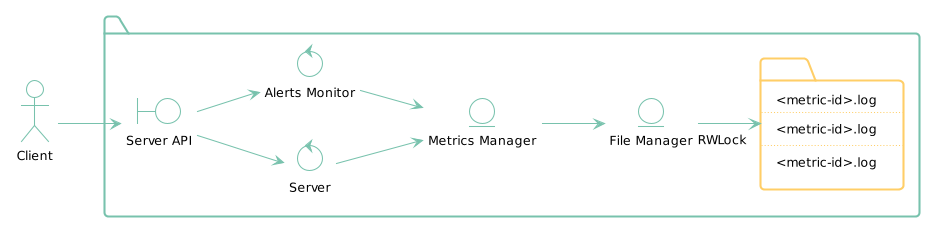
FdelMazo/7574-Distribuidos keeps this PlantUML diagram as TP1/informe/diagrams/robustness.png. Above is the earlier version.
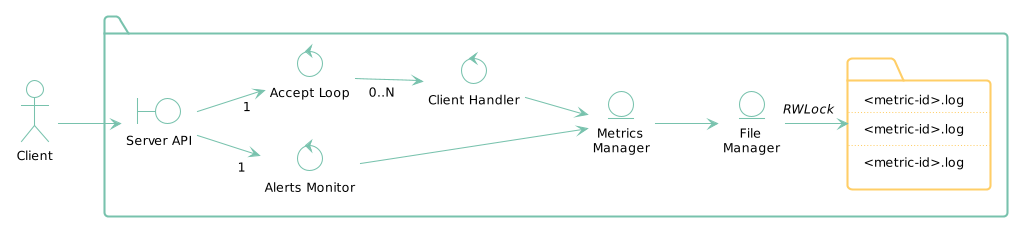
After the commit.

Diff of the diagram source:
```diff
@@ -19,10 +19,11 @@
 left to right direction
 package {
   boundary "Server API"
-  control "Server"
+  control "Accept Loop"
   control "Alerts Monitor"
-  entity "Metrics Manager"
-  entity "File Manager"
+  control "Client Handler"
+  entity " Metrics\nManager" as MetricsManager
+  entity "    File\nManager" as FileManager
   folder logs [
     <metric-id>.log
     ....
@@ -34,12 +35,13 @@
 
 
 Client --> [Server API]
-[Server API] --> [Server]
-[Server API] --> [Alerts Monitor]
-[Server] --> [Metrics Manager]
-[Alerts Monitor] --> [Metrics Manager]
-[Metrics Manager] --> [File Manager]
-[File Manager] "RWLock" --> [logs]
+[Server API] --> "1" [Accept Loop]
+[Server API] -right-> "1" [Alerts Monitor]
+[Accept Loop] "0..N" --> [Client Handler]
+[Client Handler] --> [MetricsManager]
+[Alerts Monitor] --> [MetricsManager]
+[MetricsManager] --> [FileManager]
+[FileManager] " " --> "//RWLock//" [logs]
 
 
 @enduml
```
